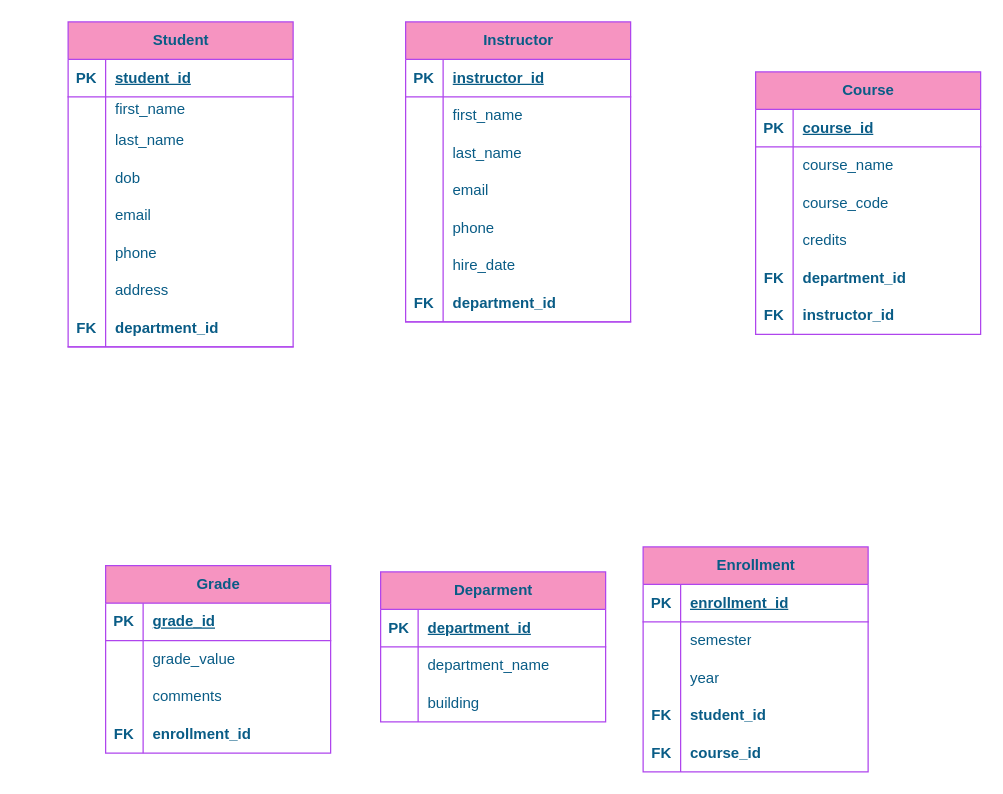
queencherryd/CS1103 keeps this draw.io diagram as ERver1.drawio. Above is the earlier version. Source tidied: cells renumbered, new cells numbered last; positions are measured from the earlier drawing's top-left corner, leaving out a move shared by most shapes. Both pictures are drawn from the tidied source at 125%, with x=0, y=0 at pixel (68, 21).
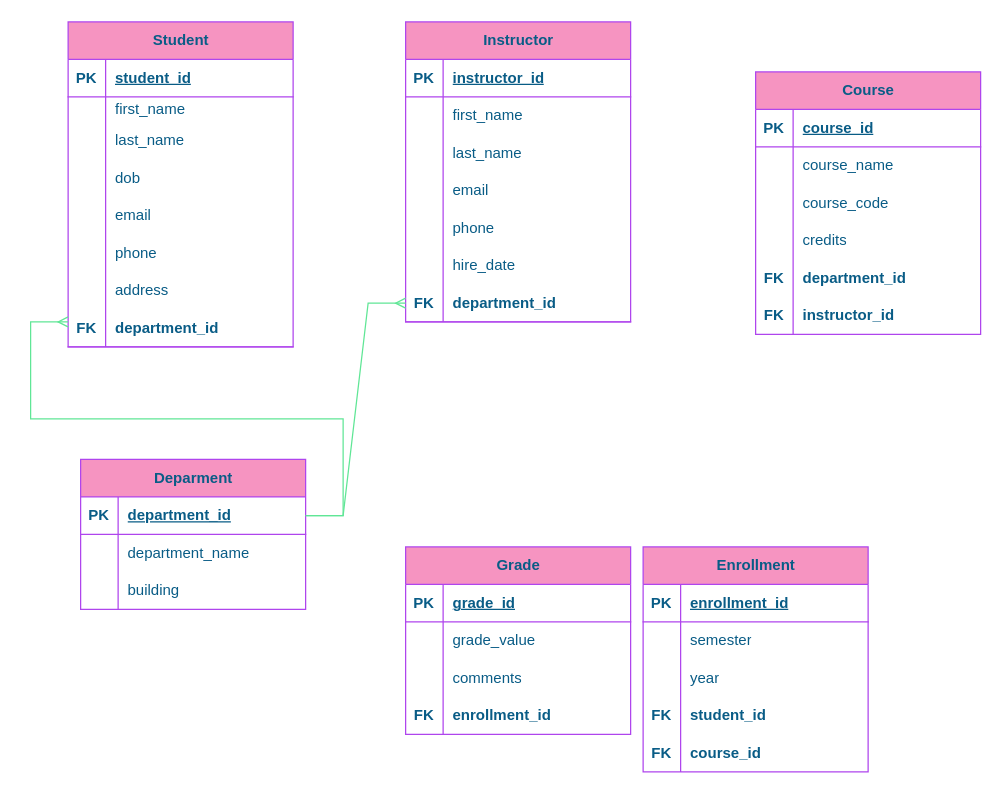
After the change.

The change refers to these unchanged cells:
```xml
<mxCell id="46" style="shape=tableRow;horizontal=0;startSize=0;swimlaneHead=0;swimlaneBody=0;fillColor=none;points=[[0,0.5],[1,0.5]];portConstraint=eastwest;top=0;left=0;right=0;bottom=1;labelBackgroundColor=none;strokeColor=#AF45ED;fontColor=#095C86;" parent="27" vertex="1">
  <mxGeometry y="210" width="180" height="30" as="geometry" />
</mxCell>
<mxCell id="69" style="shape=tableRow;horizontal=0;startSize=0;swimlaneHead=0;swimlaneBody=0;fillColor=none;points=[[0,0.5],[1,0.5]];portConstraint=eastwest;top=0;left=0;right=0;bottom=1;labelBackgroundColor=none;strokeColor=#AF45ED;fontColor=#095C86;" parent="68" vertex="1">
  <mxGeometry y="30" width="180" height="30" as="geometry" />
</mxCell>
```

What changed in the source:
```diff
@@
     <mxCell id="68" value="Deparment" style="shape=table;startSize=30;childLayout=tableLayout;rowLines=0;fontStyle=1;align=center;html=1;labelBackgroundColor=none;fillColor=#F694C1;strokeColor=#AF45ED;fontColor=#095C86;" parent="1" vertex="1">
-      <mxGeometry x="250" y="440" width="180" height="120" as="geometry" />
+      <mxGeometry x="10" y="350" width="180" height="120" as="geometry" />
     </mxCell>
@@
     <mxCell id="94" value="Grade" style="shape=table;startSize=30;childLayout=tableLayout;rowLines=0;fontStyle=1;align=center;html=1;labelBackgroundColor=none;fillColor=#F694C1;strokeColor=#AF45ED;fontColor=#095C86;" parent="1" vertex="1">
-      <mxGeometry x="30" y="435" width="180" height="150" as="geometry" />
+      <mxGeometry x="270" y="420" width="180" height="150" as="geometry" />
     </mxCell>
@@
+    <mxCell id="107" style="edgeStyle=entityRelationEdgeStyle;fontSize=12;html=1;endArrow=ERmany;rounded=0;strokeColor=#60E696;fontColor=#095C86;fillColor=#F694C1;exitX=1;exitY=0.5;exitDx=0;exitDy=0;" parent="1" edge="1" source="69">
+      <mxGeometry relative="1" as="geometry">
+        <mxPoint y="240" as="targetPoint" />
+        <Array as="points">
+          <mxPoint x="200" y="310" />
+          <mxPoint x="120" y="310" />
+        </Array>
+      </mxGeometry>
+    </mxCell>
+    <mxCell id="108" style="edgeStyle=entityRelationEdgeStyle;fontSize=12;html=1;endArrow=ERmany;rounded=0;strokeColor=#60E696;fontColor=#095C86;fillColor=#F694C1;entryX=0;entryY=0.5;entryDx=0;entryDy=0;exitX=1;exitY=0.5;exitDx=0;exitDy=0;" parent="1" edge="1" source="69" target="46">
+      <mxGeometry relative="1" as="geometry" />
+    </mxCell>
```
